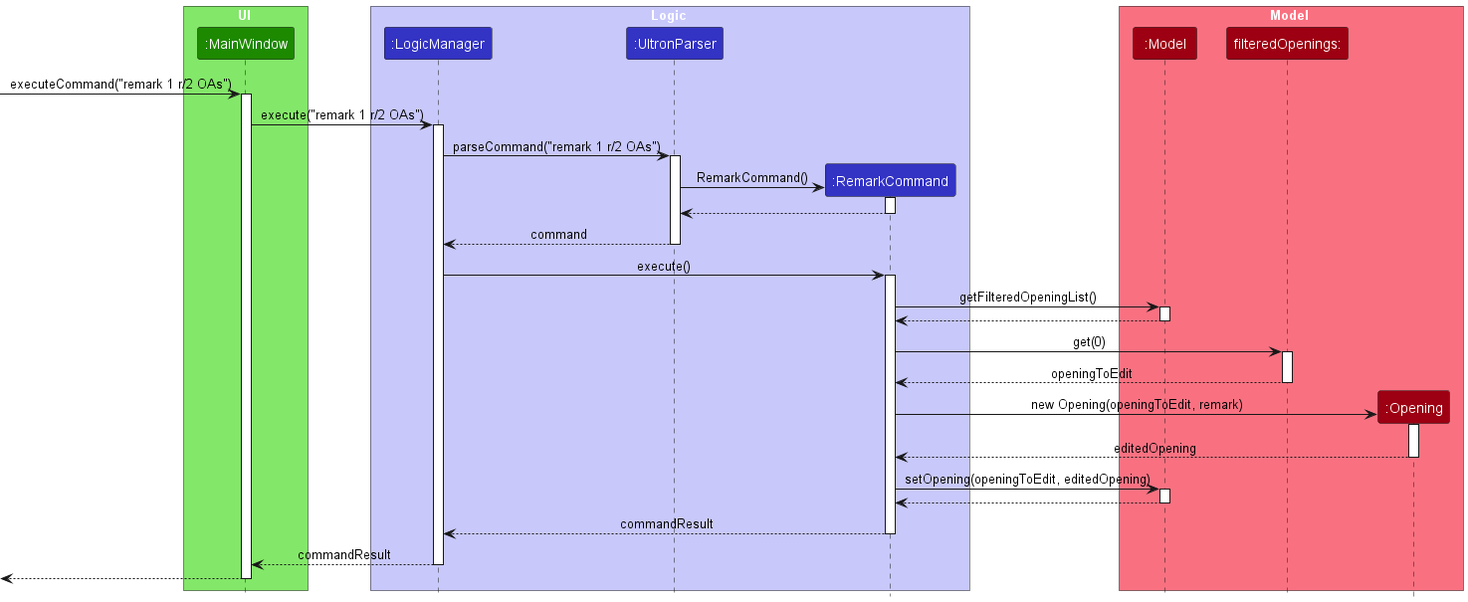
Above: docs/images/RemarkSequenceDiagram.png in nus-cs2103-AY2223S2/tp (PlantUML), before the change. The source it was exported from:
```plantuml
@startuml
!include style.puml

box UI UI_COLOR_T1
participant ":MainWindow" as MainWindow UI_COLOR
end box

box Logic LOGIC_COLOR_T1
participant ":LogicManager" as LogicManager LOGIC_COLOR
participant ":UltronParser" as UltronParser LOGIC_COLOR
participant ":RemarkCommand" as RemarkCommand LOGIC_COLOR
end box

box Model MODEL_COLOR_T1
participant ":Model" as Model MODEL_COLOR
participant "filteredOpenings:" as ObservableList MODEL_COLOR
participant ":Opening" as Opening MODEL_COLOR
end box

[->MainWindow : executeCommand("remark 1 r/2 OAs")
activate MainWindow

MainWindow -> LogicManager : execute("remark 1 r/2 OAs")
activate LogicManager

LogicManager -> UltronParser : parseCommand("remark 1 r/2 OAs")
activate UltronParser

create RemarkCommand

UltronParser -> RemarkCommand : RemarkCommand()
activate RemarkCommand

RemarkCommand --> UltronParser
deactivate RemarkCommand

UltronParser --> LogicManager : command
deactivate UltronParser

LogicManager -> RemarkCommand : execute()
activate RemarkCommand

RemarkCommand -> Model : getFilteredOpeningList()
activate Model

Model --> RemarkCommand
deactivate Model

RemarkCommand -> ObservableList : get(0)
activate ObservableList

ObservableList --> RemarkCommand : openingToEdit
deactivate ObservableList

create Opening
RemarkCommand -> Opening : new Opening(openingToEdit, remark)
activate Opening

Opening --> RemarkCommand : editedOpening
deactivate Opening

RemarkCommand -> Model : setOpening(openingToEdit, editedOpening)
activate Model

Model --> RemarkCommand
deactivate Model

RemarkCommand --> LogicManager : commandResult
deactivate RemarkCommand

LogicManager --> MainWindow : commandResult
deactivate LogicManager

[<--MainWindow
deactivate MainWindow
@enduml
```
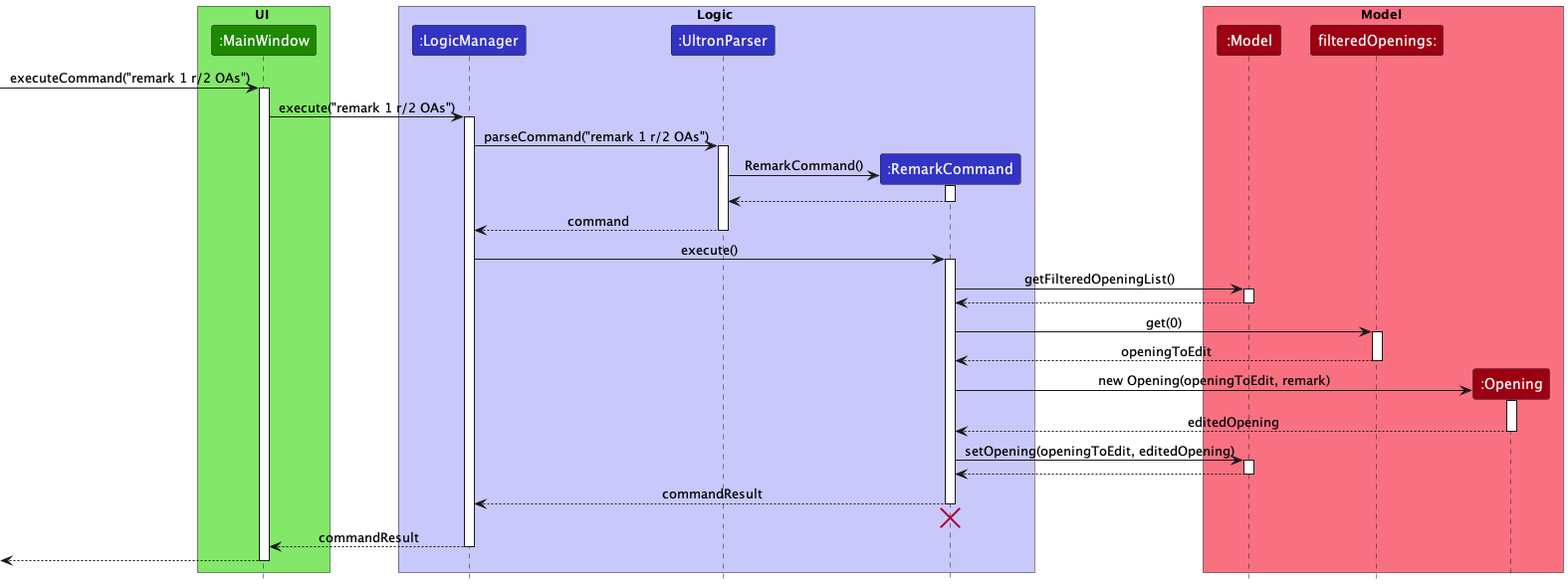
The same diagram one commit later.

Change to the diagram source:
```diff
@@ -68,6 +68,9 @@
 RemarkCommand --> LogicManager : commandResult
 deactivate RemarkCommand
 
+RemarkCommand -[hidden]-> LogicManager
+destroy RemarkCommand
+
 LogicManager --> MainWindow : commandResult
 deactivate LogicManager
 
```
